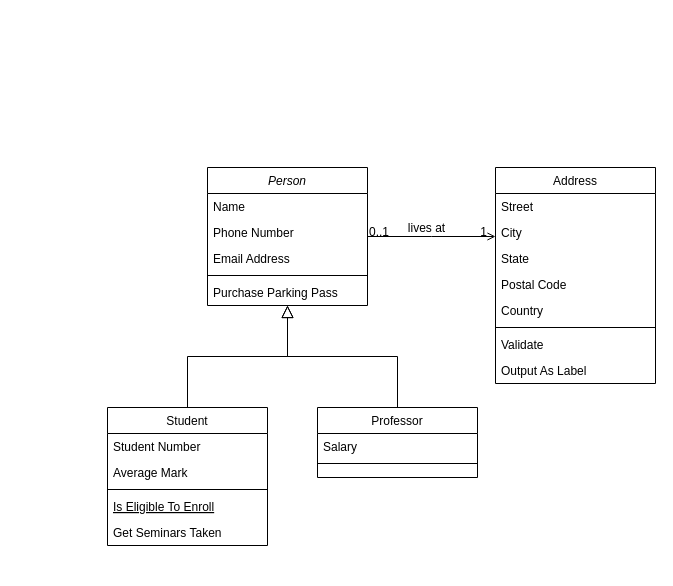
Above: Diagrama sem nome.drawio in frsh-prnc/livro-receitas (draw.io), before the change. Source tidied: cells renumbered, new cells numbered last; positions are measured from the earlier drawing's top-left corner, leaving out a move shared by most shapes. Both pictures are drawn from the tidied source at 100%, with x=0, y=0 at pixel (107, 167).
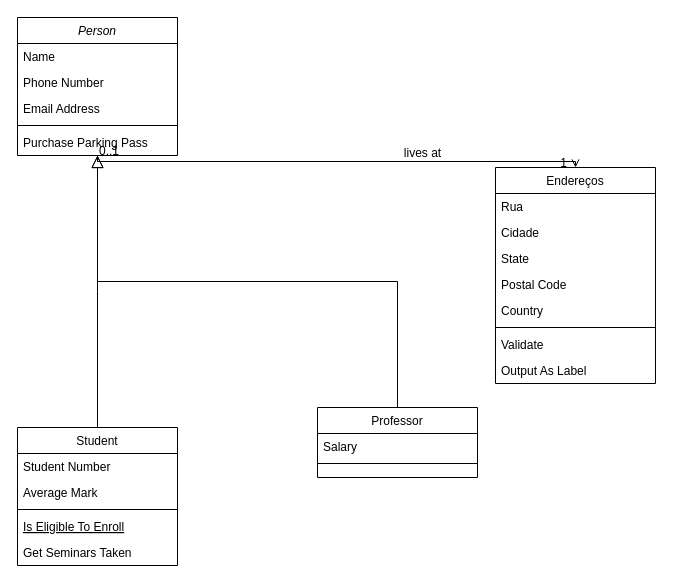
The same diagram, later.

The edit, as a diff of the source:
```diff
@@
     <mxCell id="2" value="Person" style="swimlane;fontStyle=2;align=center;verticalAlign=top;horizontal=1;startSize=26;rounded=0;shadow=0;strokeWidth=1;" parent="1" vertex="1">
-      <mxGeometry x="100" width="160" height="138" as="geometry" />
+      <mxGeometry x="-90" y="-150" width="160" height="138" as="geometry" />
     </mxCell>
@@
     <mxCell id="8" value="Student" style="swimlane;fontStyle=0;align=center;verticalAlign=top;horizontal=1;startSize=26;rounded=0;shadow=0;strokeWidth=1;" parent="1" vertex="1">
-      <mxGeometry y="240" width="160" height="138" as="geometry" />
+      <mxGeometry x="-90" y="260" width="160" height="138" as="geometry" />
     </mxCell>
@@
-    <mxCell id="19" value="Address" style="swimlane;fontStyle=0;align=center;verticalAlign=top;horizontal=1;startSize=26;rounded=0;shadow=0;strokeWidth=1;" parent="1" vertex="1">
+    <mxCell id="19" value="Endereços" style="swimlane;fontStyle=0;align=center;verticalAlign=top;horizontal=1;startSize=26;rounded=0;shadow=0;strokeWidth=1;" parent="1" vertex="1">
       <mxGeometry x="388" width="160" height="216" as="geometry" />
     </mxCell>
-    <mxCell id="20" value="Street" style="text;align=left;verticalAlign=top;spacingLeft=4;spacingRight=4;overflow=hidden;" parent="19" vertex="1">
+    <mxCell id="20" value="Rua" style="text;align=left;verticalAlign=top;spacingLeft=4;spacingRight=4;overflow=hidden;" parent="19" vertex="1">
       <mxGeometry y="26" width="160" height="26" as="geometry" />
     </mxCell>
-    <mxCell id="21" value="City" style="text;align=left;verticalAlign=top;spacingLeft=4;spacingRight=4;overflow=hidden;rounded=0;shadow=0;html=0;" parent="19" vertex="1">
+    <mxCell id="21" value="Cidade" style="text;align=left;verticalAlign=top;spacingLeft=4;spacingRight=4;overflow=hidden;rounded=0;shadow=0;html=0;" parent="19" vertex="1">
       <mxGeometry y="52" width="160" height="26" as="geometry" />
     </mxCell>
```
